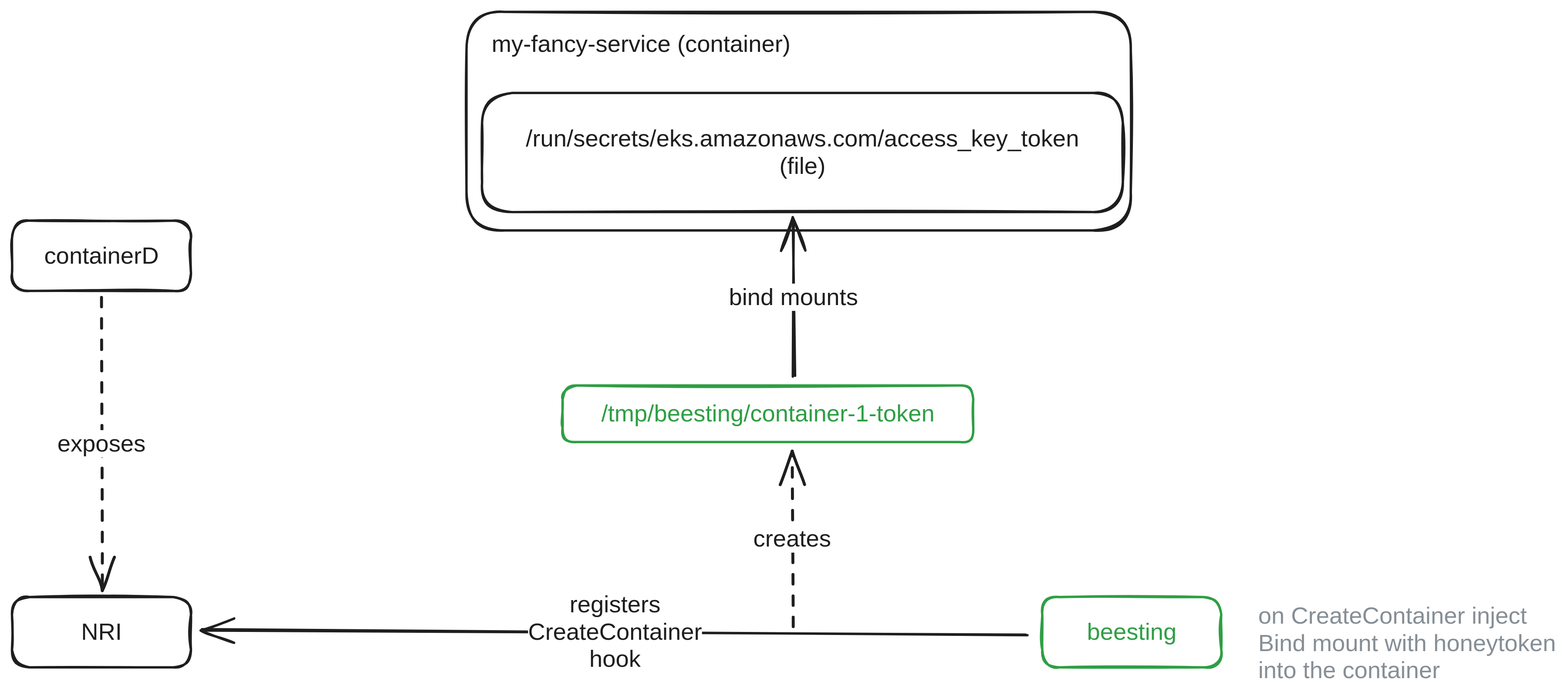
This is presentation/public/beesting_pocv2.excalidraw.svg from patrickpichler/beesting_talk, a Excalidraw export, as it was before one commit. Source tidied: one line per element, renumbered; positions are measured from the earlier drawing's top-left corner, leaving out a move shared by most shapes. The source it was exported from:
```json
{"id": 0, "type": "rectangle", "strokeColor": "#1e1e1e", "strokeWidth": 2, "roughness": 1, "round": true, "x": 0, "y": 176, "width": 151, "height": 59}
{"id": 1, "type": "text", "text": "containerD", "strokeColor": "#1e1e1e", "strokeWidth": 2, "roughness": 1, "fontSize": 20, "fontFamily": 2, "textAlign": "center", "verticalAlign": "middle", "inside": 0, "x": 27, "y": 194, "width": 97, "height": 23}
{"id": 2, "type": "rectangle", "strokeColor": "#1e1e1e", "strokeWidth": 2, "roughness": 1, "round": true, "x": 0, "y": 493, "width": 151, "height": 59}
{"id": 3, "type": "text", "text": "NRI", "strokeColor": "#1e1e1e", "strokeWidth": 2, "roughness": 1, "fontSize": 20, "fontFamily": 2, "textAlign": "center", "verticalAlign": "middle", "inside": 2, "x": 58, "y": 512, "width": 34, "height": 23}
{"id": 4, "type": "rectangle", "strokeColor": "#2f9e44", "strokeWidth": 2, "roughness": 1, "round": true, "x": 465, "y": 315, "width": 346, "height": 48}
{"id": 5, "type": "text", "text": "/tmp/beesting/container-1-token", "strokeColor": "#2f9e44", "strokeWidth": 2, "roughness": 1, "fontSize": 20, "fontFamily": 2, "textAlign": "center", "verticalAlign": "middle", "inside": 4, "x": 497, "y": 327, "width": 281, "height": 23}
{"id": 6, "type": "rectangle", "strokeColor": "#2f9e44", "strokeWidth": 2, "roughness": 1, "round": true, "x": 869, "y": 493, "width": 151, "height": 59}
{"id": 7, "type": "text", "text": "beesting", "strokeColor": "#2f9e44", "strokeWidth": 2, "roughness": 1, "fontSize": 20, "fontFamily": 2, "textAlign": "center", "verticalAlign": "middle", "inside": 6, "x": 907, "y": 512, "width": 76, "height": 23}
{"id": 8, "type": "rectangle", "strokeColor": "#1e1e1e", "strokeWidth": 2, "roughness": 1, "round": true, "x": 383, "y": 0, "width": 560, "height": 184}
{"id": 9, "type": "text", "text": "my-fancy-service (container)", "strokeColor": "#1e1e1e", "strokeWidth": 2, "roughness": 1, "fontSize": 20, "fontFamily": 2, "x": 405, "y": 16, "width": 252, "height": 23}
{"id": 10, "type": "rectangle", "strokeColor": "#1e1e1e", "strokeWidth": 2, "roughness": 1, "round": true, "x": 397, "y": 68, "width": 541, "height": 100}
{"id": 11, "type": "text", "text": "/run/secrets/eks.amazonaws.com/access_key_token\n(file)", "strokeColor": "#1e1e1e", "strokeWidth": 2, "roughness": 1, "fontSize": 20, "fontFamily": 2, "textAlign": "center", "verticalAlign": "middle", "inside": 10, "x": 433, "y": 96, "width": 467, "height": 46}
{"id": 12, "type": "arrow", "strokeColor": "#1e1e1e", "strokeWidth": 2, "roughness": 1, "endArrowhead": "arrow", "round": true, "from": 4, "to": 10, "x": 659, "y": 307, "width": 0, "height": 132, "points": [[0, 0], [0, -132]]}
{"id": 13, "type": "text", "text": "bind mounts", "strokeColor": "#1e1e1e", "strokeWidth": 2, "roughness": 1, "fontSize": 20, "fontFamily": 2, "textAlign": "center", "verticalAlign": "middle", "inside": 12, "x": 605, "y": 229, "width": 109, "height": 23}
{"id": 14, "type": "arrow", "strokeColor": "#1e1e1e", "strokeWidth": 2, "roughness": 1, "endArrowhead": "arrow", "round": true, "from": 6, "to": 2, "x": 857, "y": 524, "width": 696, "height": 3, "points": [[0, 0], [-696, -3]]}
{"id": 15, "type": "text", "text": "registers\nCreateContainer\nhook", "strokeColor": "#1e1e1e", "strokeWidth": 2, "roughness": 1, "fontSize": 20, "fontFamily": 2, "textAlign": "center", "verticalAlign": "middle", "inside": 14, "x": 435, "y": 488, "width": 147, "height": 69}
{"id": 16, "type": "arrow", "strokeColor": "#1e1e1e", "strokeWidth": 2, "strokeStyle": "dashed", "roughness": 1, "endArrowhead": "arrow", "round": true, "to": 4, "x": 658, "y": 518, "width": 0, "height": 148, "points": [[0, 0], [0, -148]]}
{"id": 17, "type": "text", "text": "creates", "strokeColor": "#1e1e1e", "strokeWidth": 2, "roughness": 1, "fontSize": 20, "fontFamily": 2, "textAlign": "center", "verticalAlign": "middle", "inside": 16, "x": 625, "y": 433, "width": 66, "height": 23}
{"id": 18, "type": "arrow", "strokeColor": "#1e1e1e", "strokeWidth": 2, "strokeStyle": "dashed", "roughness": 1, "endArrowhead": "arrow", "round": true, "from": 0, "to": 2, "x": 75, "y": 242, "width": 0, "height": 245, "points": [[0, 0], [0, 245]]}
{"id": 19, "type": "text", "text": "exposes", "strokeColor": "#1e1e1e", "strokeWidth": 2, "roughness": 1, "fontSize": 20, "fontFamily": 2, "textAlign": "center", "verticalAlign": "middle", "inside": 18, "x": 38, "y": 353, "width": 74, "height": 23}
{"id": 20, "type": "text", "text": "on CreateContainer inject \nBind mount with honeytoken\ninto the container", "strokeColor": "#868e96", "strokeWidth": 2, "strokeStyle": "dashed", "roughness": 1, "fontSize": 20, "fontFamily": 2, "x": 1051, "y": 498, "width": 251, "height": 69}
```
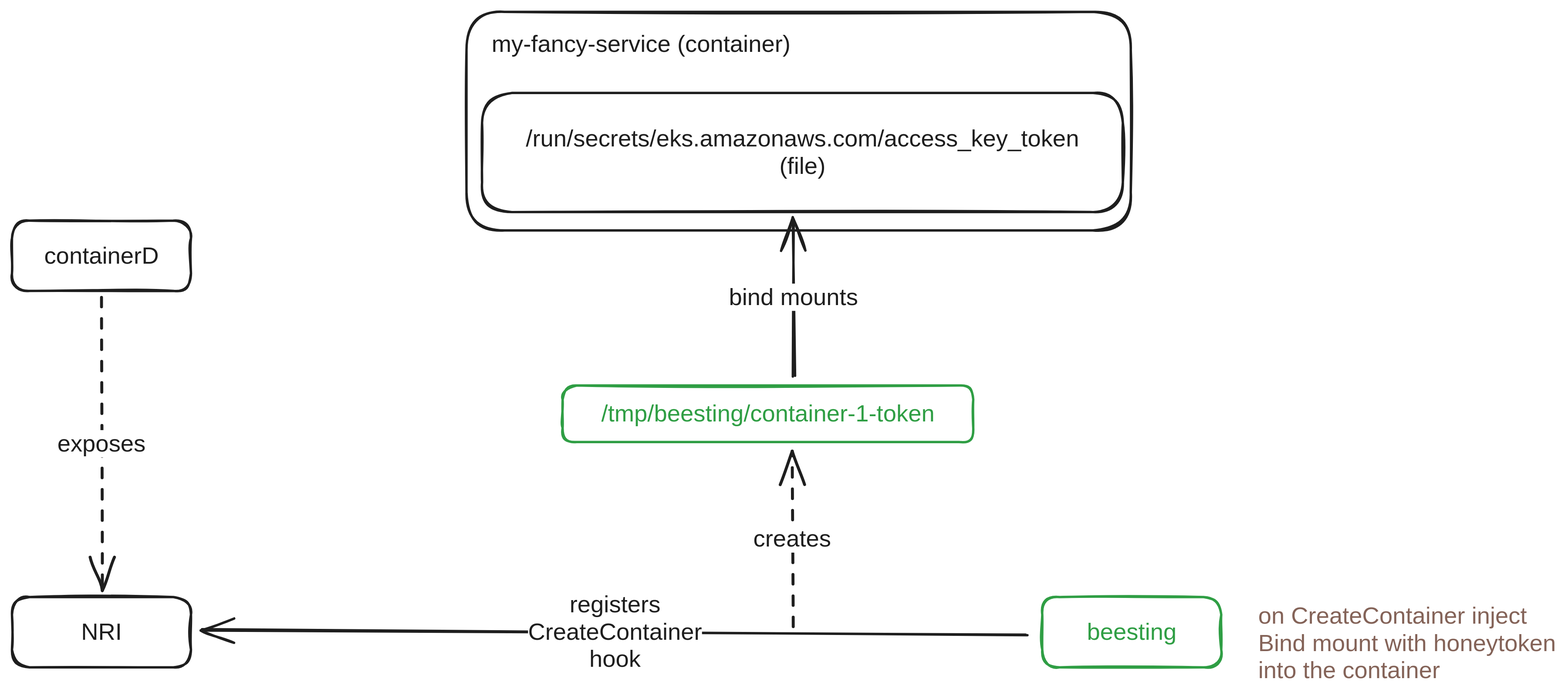
Later version of the same file.

The edit, as a diff of the source:
```diff
@@ -18,4 +18,4 @@
 {"id": 17, "type": "text", "text": "creates", "strokeColor": "#1e1e1e", "strokeWidth": 2, "roughness": 1, "fontSize": 20, "fontFamily": 2, "textAlign": "center", "verticalAlign": "middle", "inside": 16, "x": 625, "y": 433, "width": 66, "height": 23}
 {"id": 18, "type": "arrow", "strokeColor": "#1e1e1e", "strokeWidth": 2, "strokeStyle": "dashed", "roughness": 1, "endArrowhead": "arrow", "round": true, "from": 0, "to": 2, "x": 75, "y": 242, "width": 0, "height": 245, "points": [[0, 0], [0, 245]]}
 {"id": 19, "type": "text", "text": "exposes", "strokeColor": "#1e1e1e", "strokeWidth": 2, "roughness": 1, "fontSize": 20, "fontFamily": 2, "textAlign": "center", "verticalAlign": "middle", "inside": 18, "x": 38, "y": 353, "width": 74, "height": 23}
-{"id": 20, "type": "text", "text": "on CreateContainer inject \nBind mount with honeytoken\ninto the container", "strokeColor": "#868e96", "strokeWidth": 2, "strokeStyle": "dashed", "roughness": 1, "fontSize": 20, "fontFamily": 2, "x": 1051, "y": 498, "width": 251, "height": 69}
+{"id": 20, "type": "text", "text": "on CreateContainer inject \nBind mount with honeytoken\ninto the container", "strokeColor": "#846358", "strokeWidth": 2, "strokeStyle": "dashed", "roughness": 1, "fontSize": 20, "fontFamily": 2, "x": 1051, "y": 498, "width": 251, "height": 69}
```
